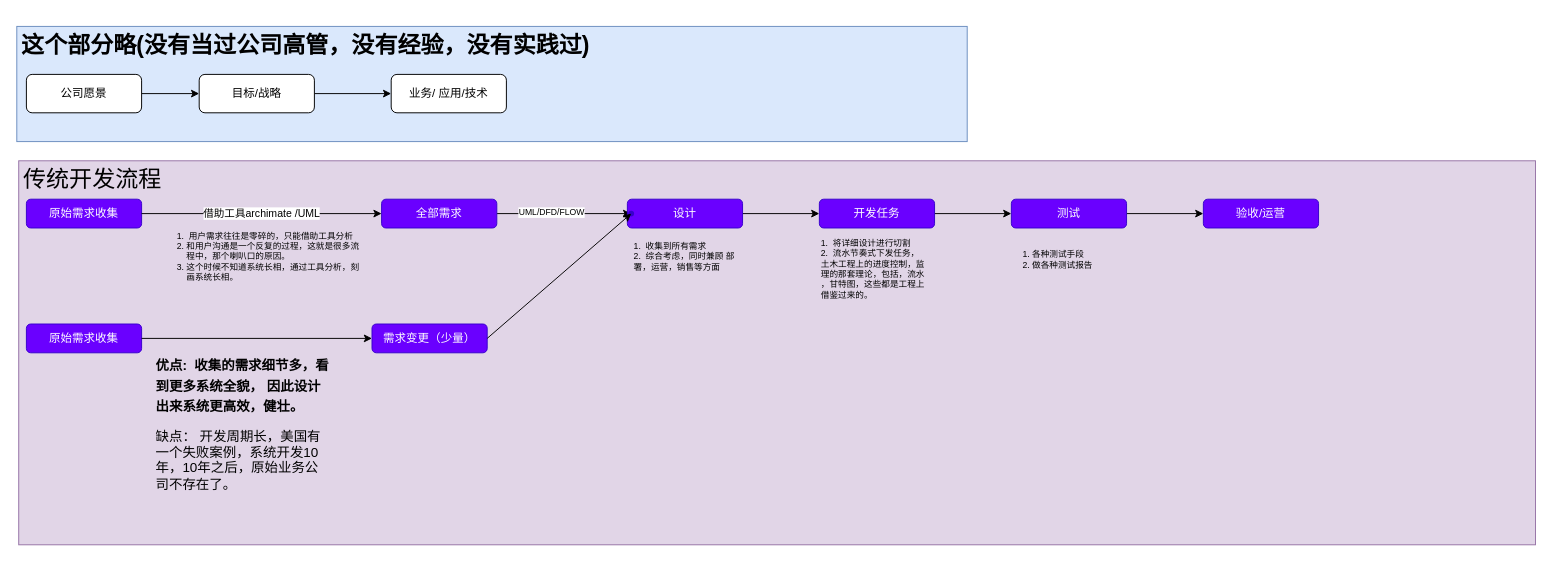
Before: 什么.drawio in Evan2698/WorkFlowItem, a draw.io diagram. Source tidied: cells renumbered, new cells numbered last; positions are measured from the earlier drawing's top-left corner, leaving out a move shared by most shapes. Both pictures are drawn from the tidied source at 96%, with x=0, y=0 at pixel (16, 26).
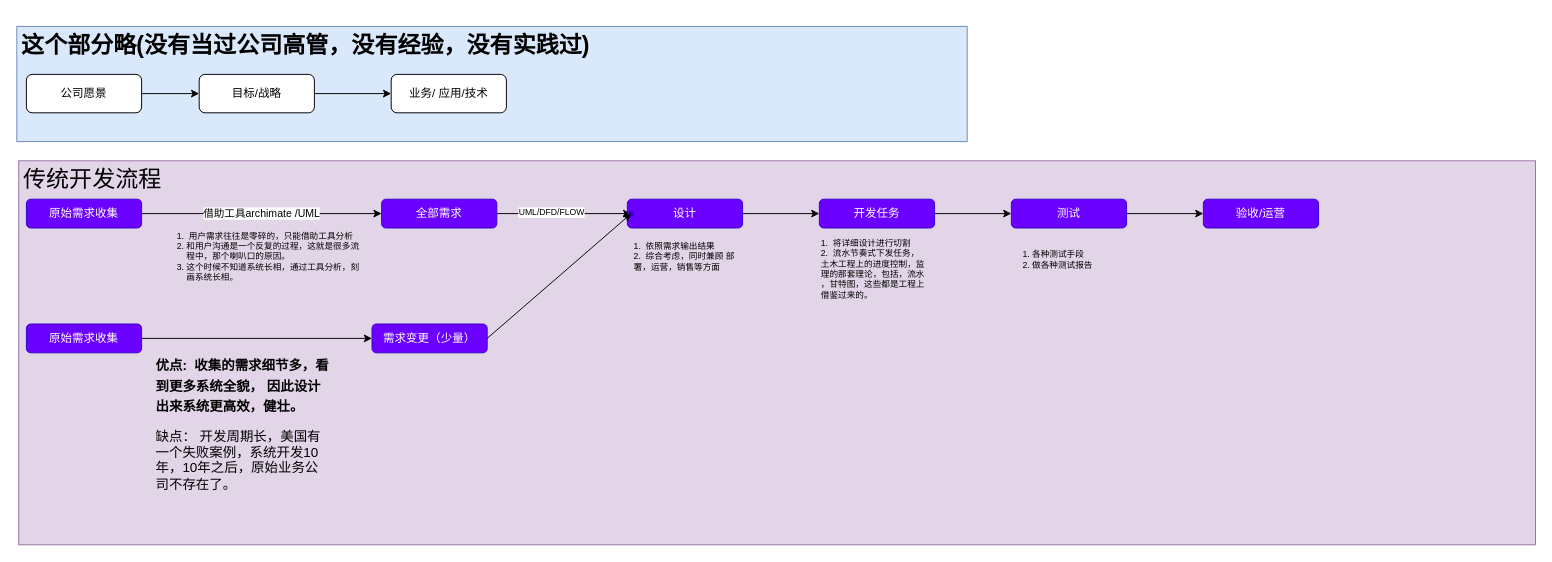
After the change.

What changed in the source:
```diff
@@
-    <mxCell id="18" value="1.&amp;nbsp; 收集到所有需求&lt;br&gt;2.&amp;nbsp; 综合考虑，同时兼顾 部署，运营，销售等方面" style="text;html=1;strokeColor=none;fillColor=none;align=left;verticalAlign=middle;whiteSpace=wrap;rounded=0;fontSize=9;" parent="1" vertex="1">
+    <mxCell id="18" value="1.&amp;nbsp; 依照需求输出结果&lt;br&gt;2.&amp;nbsp; 综合考虑，同时兼顾 部署，运营，销售等方面" style="text;html=1;strokeColor=none;fillColor=none;align=left;verticalAlign=middle;whiteSpace=wrap;rounded=0;fontSize=9;" parent="1" vertex="1">
       <mxGeometry x="641" y="202.5" width="110" height="75" as="geometry" />
     </mxCell>
```
